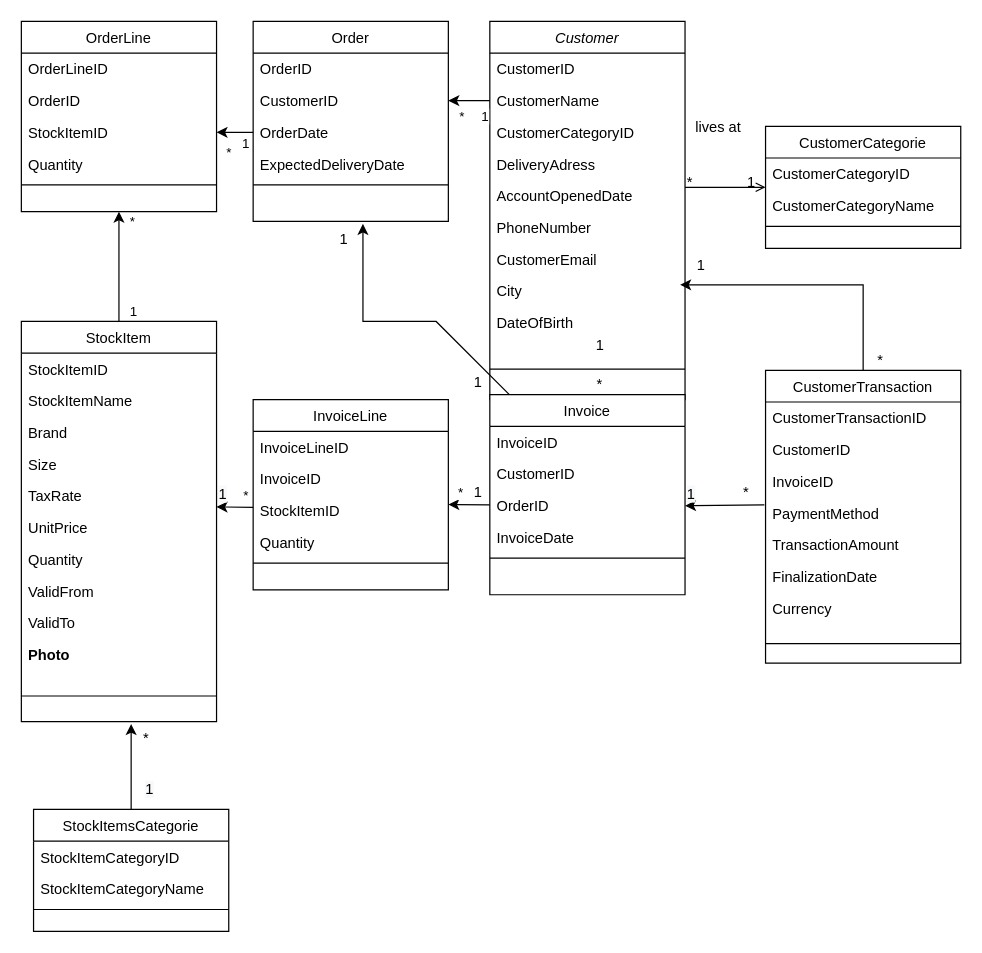
Before: Diagramme de classe.drawio in BorchaniMohamed/Projet-MICRO-SERVICES, a draw.io diagram. Source tidied: cells renumbered, new cells numbered last; positions are measured from the earlier drawing's top-left corner, leaving out a move shared by most shapes. Both pictures are drawn from the tidied source at 122%, with x=0, y=0 at pixel (21, 21).
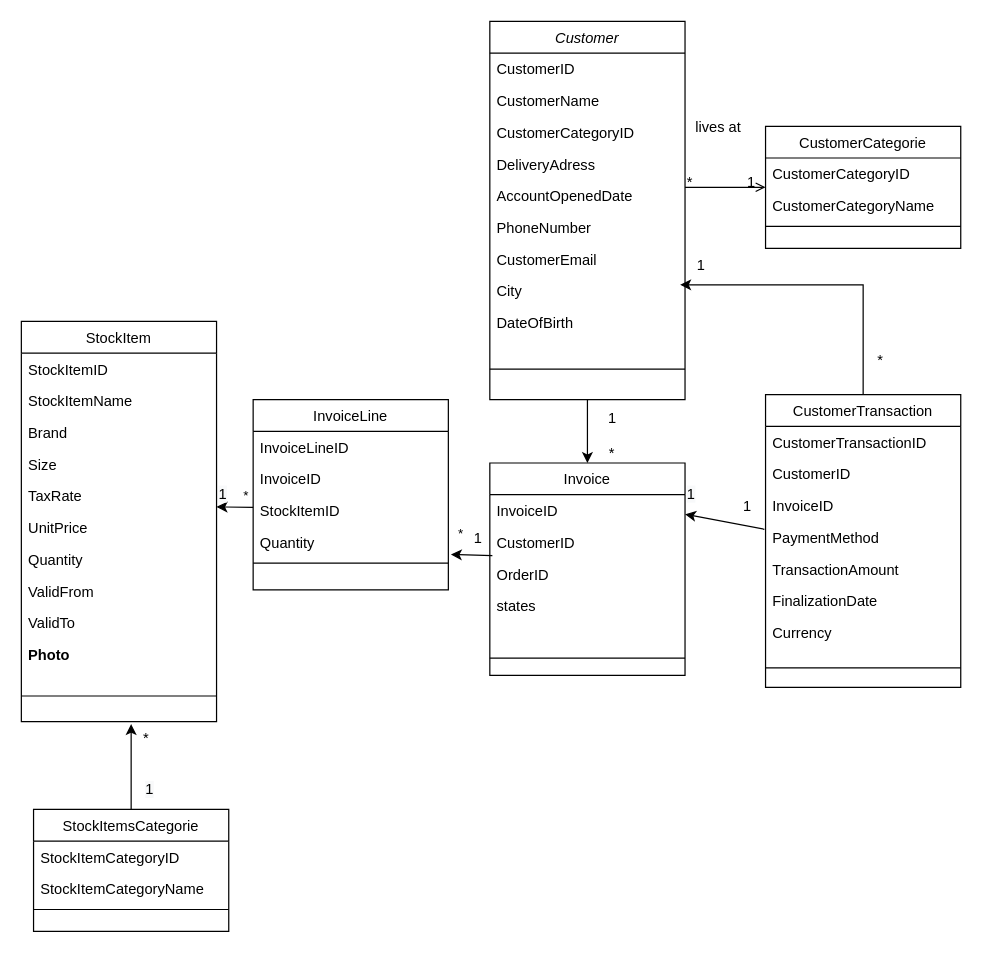
After the change.

Commit message:
Mettre à jour Diagramme de classe.drawio

The change refers to these unchanged cells:
```xml
<mxCell id="5" value="CustomerName" style="text;align=left;verticalAlign=top;spacingLeft=4;spacingRight=4;overflow=hidden;points=[[0,0.5],[1,0.5]];portConstraint=eastwest;rounded=0;shadow=0;html=0;" parent="3" vertex="1">
  <mxGeometry y="52" width="160" height="26" as="geometry" />
</mxCell>
<mxCell id="36" value="StockItem" style="swimlane;fontStyle=0;align=center;verticalAlign=top;horizontal=1;startSize=26;rounded=0;shadow=0;strokeWidth=1;" parent="1" vertex="1">
  <mxGeometry y="246" width="160" height="328" as="geometry" />
</mxCell>
<mxCell id="56" value="CustomerID" style="text;align=left;verticalAlign=top;spacingLeft=4;spacingRight=4;overflow=hidden;points=[[0,0.5],[1,0.5]];portConstraint=eastwest;" parent="54" vertex="1">
  <mxGeometry y="52" width="160" height="26" as="geometry" />
</mxCell>
<mxCell id="57" value="OrderID" style="text;align=left;verticalAlign=top;spacingLeft=4;spacingRight=4;overflow=hidden;points=[[0,0.5],[1,0.5]];portConstraint=eastwest;" parent="54" vertex="1">
  <mxGeometry y="78" width="160" height="26" as="geometry" />
</mxCell>
<mxCell id="64" value="Quantity" style="text;align=left;verticalAlign=top;spacingLeft=4;spacingRight=4;overflow=hidden;points=[[0,0.5],[1,0.5]];portConstraint=eastwest;rounded=0;shadow=0;html=0;" parent="60" vertex="1">
  <mxGeometry y="104" width="160" height="26" as="geometry" />
</mxCell>
<mxCell id="74" value="PaymentMethod" style="text;align=left;verticalAlign=top;spacingLeft=4;spacingRight=4;overflow=hidden;points=[[0,0.5],[1,0.5]];portConstraint=eastwest;" parent="70" vertex="1">
  <mxGeometry y="104" width="160" height="26" as="geometry" />
</mxCell>
<mxCell id="90" value="&lt;span style=&quot;color: rgb(0, 0, 0); font-family: Helvetica; font-size: 12px; font-style: normal; font-variant-ligatures: normal; font-variant-caps: normal; font-weight: 400; letter-spacing: normal; orphans: 2; text-align: right; text-indent: 0px; text-transform: none; widows: 2; word-spacing: 0px; -webkit-text-stroke-width: 0px; background-color: rgb(248, 249, 250); text-decoration-thickness: initial; text-decoration-style: initial; text-decoration-color: initial; float: none; display: inline !important;&quot;&gt;1&lt;/span&gt;" style="text;whiteSpace=wrap;html=1;" parent="1" vertex="1">
  <mxGeometry x="544" y="374" width="40" height="40" as="geometry" />
</mxCell>
```

Change to the diagram source:
```diff
@@
-    <mxCell id="14" value="OrderLine" style="swimlane;fontStyle=0;align=center;verticalAlign=top;horizontal=1;startSize=26;rounded=0;shadow=0;strokeWidth=1;" parent="1" vertex="1">
-      <mxGeometry width="160" height="156" as="geometry" />
-    </mxCell>
-    <mxCell id="15" value="OrderLineID" style="text;align=left;verticalAlign=top;spacingLeft=4;spacingRight=4;overflow=hidden;" parent="14" vertex="1">
-      <mxGeometry y="26" width="160" height="26" as="geometry" />
-    </mxCell>
-    <mxCell id="16" value="OrderID" style="text;align=left;verticalAlign=top;spacingLeft=4;spacingRight=4;overflow=hidden;rounded=0;shadow=0;html=0;" parent="14" vertex="1">
-      <mxGeometry y="52" width="160" height="26" as="geometry" />
-    </mxCell>
-    <mxCell id="17" value="StockItemID" style="text;align=left;verticalAlign=top;spacingLeft=4;spacingRight=4;overflow=hidden;points=[[0,0.5],[1,0.5]];portConstraint=eastwest;rounded=0;shadow=0;html=0;" parent="14" vertex="1">
-      <mxGeometry y="78" width="160" height="26" as="geometry" />
-    </mxCell>
-    <mxCell id="18" value="Quantity" style="text;align=left;verticalAlign=top;spacingLeft=4;spacingRight=4;overflow=hidden;rounded=0;shadow=0;html=0;" parent="14" vertex="1">
-      <mxGeometry y="104" width="160" height="26" as="geometry" />
-    </mxCell>
-    <mxCell id="19" style="line;html=1;strokeWidth=1;align=left;verticalAlign=middle;spacingTop=-1;spacingLeft=3;spacingRight=3;labelPosition=right;" parent="14" vertex="1">
-      <mxGeometry y="130" width="160" height="8" as="geometry" />
-    </mxCell>
-    <mxCell id="20" value="Order" style="swimlane;fontStyle=0;align=center;verticalAlign=top;horizontal=1;startSize=26;rounded=0;shadow=0;strokeWidth=1;" parent="1" vertex="1">
-      <mxGeometry x="190" width="160" height="164" as="geometry" />
-    </mxCell>
-    <mxCell id="21" value="OrderID" style="text;align=left;verticalAlign=top;spacingLeft=4;spacingRight=4;overflow=hidden;" parent="20" vertex="1">
-      <mxGeometry y="26" width="160" height="26" as="geometry" />
-    </mxCell>
-    <mxCell id="22" value="CustomerID" style="text;align=left;verticalAlign=top;spacingLeft=4;spacingRight=4;overflow=hidden;points=[[0,0.5],[1,0.5]];portConstraint=eastwest;" parent="20" vertex="1">
-      <mxGeometry y="52" width="160" height="26" as="geometry" />
-    </mxCell>
-    <mxCell id="23" value="OrderDate" style="text;align=left;verticalAlign=top;spacingLeft=4;spacingRight=4;overflow=hidden;points=[[0,0.5],[1,0.5]];portConstraint=eastwest;" parent="20" vertex="1">
-      <mxGeometry y="78" width="160" height="26" as="geometry" />
-    </mxCell>
-    <mxCell id="24" value="ExpectedDeliveryDate" style="text;align=left;verticalAlign=top;spacingLeft=4;spacingRight=4;overflow=hidden;" parent="20" vertex="1">
-      <mxGeometry y="104" width="160" height="26" as="geometry" />
-    </mxCell>
-    <mxCell id="25" style="line;html=1;strokeWidth=1;align=left;verticalAlign=middle;spacingTop=-1;spacingLeft=3;spacingRight=3;labelPosition=right;" parent="20" vertex="1">
-      <mxGeometry y="130" width="160" height="8" as="geometry" />
-    </mxCell>
@@
-    <mxCell id="34" style="rounded=0;jettySize=auto;html=1;" parent="1" edge="1" source="36">
-      <mxGeometry relative="1" as="geometry">
-        <mxPoint x="80" y="156" as="targetPoint" />
-      </mxGeometry>
-    </mxCell>
-    <mxCell id="35" value="*" style="edgeLabel;html=1;align=center;verticalAlign=middle;" parent="34" vertex="1">
-      <mxGeometry x="0.85" relative="1" as="geometry">
-        <mxPoint x="10" as="offset" />
-      </mxGeometry>
-    </mxCell>
@@
-    <mxCell id="48" style="edgeStyle=orthogonalEdgeStyle;rounded=0;jettySize=auto;html=1;exitX=0;exitY=0.5;exitDx=0;exitDy=0;entryX=1;entryY=0.5;entryDx=0;entryDy=0;" parent="1" edge="1" source="5" target="22">
-      <mxGeometry relative="1" as="geometry" />
-    </mxCell>
-    <mxCell id="49" value="1&lt;br&gt;" style="edgeLabel;html=1;align=center;verticalAlign=middle;" parent="1" vertex="1">
-      <mxGeometry x="100" y="256" as="geometry">
-        <mxPoint x="279" y="-179" as="offset" />
-      </mxGeometry>
-    </mxCell>
-    <mxCell id="50" value="*" style="edgeLabel;html=1;align=center;verticalAlign=middle;" parent="1" vertex="1">
-      <mxGeometry x="100" y="172.7" as="geometry">
-        <mxPoint x="260" y="-95" as="offset" />
-      </mxGeometry>
-    </mxCell>
-    <mxCell id="51" style="edgeStyle=none;rounded=0;jettySize=auto;html=1;" parent="1" edge="1" source="23" target="17">
-      <mxGeometry relative="1" as="geometry" />
-    </mxCell>
-    <mxCell id="52" value="1&lt;br&gt;" style="edgeLabel;html=1;align=center;verticalAlign=middle;" parent="1" vertex="1">
-      <mxGeometry x="105" y="246" as="geometry">
-        <mxPoint x="78" y="-147" as="offset" />
-      </mxGeometry>
-    </mxCell>
-    <mxCell id="53" value="*" style="edgeLabel;html=1;align=center;verticalAlign=middle;" parent="1" vertex="1">
-      <mxGeometry x="100" y="172.7" as="geometry">
-        <mxPoint x="69" y="-65" as="offset" />
-      </mxGeometry>
-    </mxCell>
     <mxCell id="54" value="Invoice" style="swimlane;fontStyle=0;align=center;verticalAlign=top;horizontal=1;startSize=26;rounded=0;shadow=0;strokeWidth=1;" parent="1" vertex="1">
-      <mxGeometry x="384" y="306" width="160" height="164" as="geometry" />
+      <mxGeometry x="384" y="362" width="160" height="174" as="geometry" />
     </mxCell>
@@
-    <mxCell id="58" value="InvoiceDate" style="text;align=left;verticalAlign=top;spacingLeft=4;spacingRight=4;overflow=hidden;" parent="54" vertex="1">
+    <mxCell id="58" value="states" style="text;align=left;verticalAlign=top;spacingLeft=4;spacingRight=4;overflow=hidden;" parent="54" vertex="1">
       <mxGeometry y="104" width="160" height="26" as="geometry" />
     </mxCell>
+    <mxCell id="101" style="text;align=left;verticalAlign=top;spacingLeft=4;spacingRight=4;overflow=hidden;" parent="54" vertex="1">
+      <mxGeometry y="130" width="160" height="26" as="geometry" />
+    </mxCell>
     <mxCell id="59" style="line;html=1;strokeWidth=1;align=left;verticalAlign=middle;spacingTop=-1;spacingLeft=3;spacingRight=3;labelPosition=right;" parent="54" vertex="1">
-      <mxGeometry y="130" width="160" height="8" as="geometry" />
+      <mxGeometry y="156" width="160" height="8" as="geometry" />
     </mxCell>
@@
-    <mxCell id="66" style="edgeStyle=none;rounded=0;jettySize=auto;html=1;" parent="1" edge="1" source="57">
-      <mxGeometry relative="1" as="geometry">
-        <mxPoint x="350" y="396" as="targetPoint" />
-      </mxGeometry>
+    <mxCell id="66" style="edgeStyle=none;rounded=0;jettySize=auto;html=1;exitX=0.013;exitY=0.923;exitDx=0;exitDy=0;exitPerimeter=0;entryX=1.013;entryY=0.885;entryDx=0;entryDy=0;entryPerimeter=0;" parent="1" edge="1" source="56" target="64">
+      <mxGeometry relative="1" as="geometry" />
     </mxCell>
@@
-    <mxCell id="68" style="edgeStyle=none;rounded=0;orthogonalLoop=1;jettySize=auto;html=1;" parent="1" edge="1">
-      <mxGeometry relative="1" as="geometry">
-        <mxPoint x="400" y="306" as="sourcePoint" />
-        <mxPoint x="280" y="166" as="targetPoint" />
-        <Array as="points">
-          <mxPoint x="340" y="246" />
-          <mxPoint x="280" y="246" />
-        </Array>
-      </mxGeometry>
-    </mxCell>
@@
     <mxCell id="70" value="CustomerTransaction" style="swimlane;fontStyle=0;align=center;verticalAlign=top;horizontal=1;startSize=26;rounded=0;shadow=0;strokeWidth=1;" parent="1" vertex="1">
-      <mxGeometry x="610" y="286" width="160" height="240" as="geometry" />
+      <mxGeometry x="610" y="306" width="160" height="240" as="geometry" />
     </mxCell>
@@
-    <mxCell id="79" style="edgeStyle=none;rounded=0;jettySize=auto;html=1;entryX=1;entryY=0.5;entryDx=0;entryDy=0;exitX=-0.006;exitY=0.244;exitDx=0;exitDy=0;exitPerimeter=0;" parent="1" edge="1" source="74" target="57">
+    <mxCell id="79" style="edgeStyle=none;rounded=0;jettySize=auto;html=1;entryX=0;entryY=0.75;entryDx=0;entryDy=0;exitX=-0.006;exitY=0.244;exitDx=0;exitDy=0;exitPerimeter=0;" parent="1" edge="1" source="74" target="90">
       <mxGeometry relative="1" as="geometry" />
     </mxCell>
@@
     <mxCell id="82" value="1" style="align=right;verticalAlign=bottom;labelBackgroundColor=none;fontSize=12;" parent="1" vertex="1">
-      <mxGeometry x="530" y="216" as="geometry">
+      <mxGeometry x="540" y="276" as="geometry">
         <mxPoint x="-51" y="58" as="offset" />
       </mxGeometry>
     </mxCell>
     <mxCell id="83" value="*" style="align=left;verticalAlign=bottom;labelBackgroundColor=none;fontSize=12;" parent="1" vertex="1">
-      <mxGeometry x="470" y="306" as="geometry" />
+      <mxGeometry x="480" y="362" as="geometry" />
     </mxCell>
-    <mxCell id="84" value="1" style="align=right;verticalAlign=bottom;labelBackgroundColor=none;fontSize=12;" parent="1" vertex="1">
-      <mxGeometry x="320" y="129" as="geometry">
-        <mxPoint x="-51" y="58" as="offset" />
-      </mxGeometry>
-    </mxCell>
-    <mxCell id="85" value="1" style="align=right;verticalAlign=bottom;labelBackgroundColor=none;fontSize=12;" parent="1" vertex="1">
-      <mxGeometry x="430" y="246" as="geometry">
-        <mxPoint x="-51" y="58" as="offset" />
-      </mxGeometry>
-    </mxCell>
     <mxCell id="86" value="1" style="align=right;verticalAlign=bottom;labelBackgroundColor=none;fontSize=12;" parent="1" vertex="1">
-      <mxGeometry x="430" y="336" as="geometry">
+      <mxGeometry x="430" y="374" as="geometry">
         <mxPoint x="-51" y="58" as="offset" />
       </mxGeometry>
     </mxCell>
@@
     <mxCell id="88" value="*" style="edgeLabel;html=1;align=center;verticalAlign=middle;" parent="1" vertex="1">
-      <mxGeometry x="100" y="172.7" as="geometry">
+      <mxGeometry x="100" y="206" as="geometry">
         <mxPoint x="259" y="213" as="offset" />
       </mxGeometry>
     </mxCell>
@@
-    <mxCell id="91" value="*" style="align=left;verticalAlign=bottom;labelBackgroundColor=none;fontSize=12;" parent="1" vertex="1">
-      <mxGeometry x="590" y="394" as="geometry" />
+    <mxCell id="91" value="1" style="align=left;verticalAlign=bottom;labelBackgroundColor=none;fontSize=12;" parent="1" vertex="1">
+      <mxGeometry x="590" y="406" as="geometry" />
     </mxCell>
@@
-    <mxCell id="97" value="1&lt;br&gt;" style="edgeLabel;html=1;align=center;verticalAlign=middle;" parent="1" vertex="1">
-      <mxGeometry x="92" y="242" as="geometry">
-        <mxPoint x="-1" y="-5" as="offset" />
-      </mxGeometry>
-    </mxCell>
```
